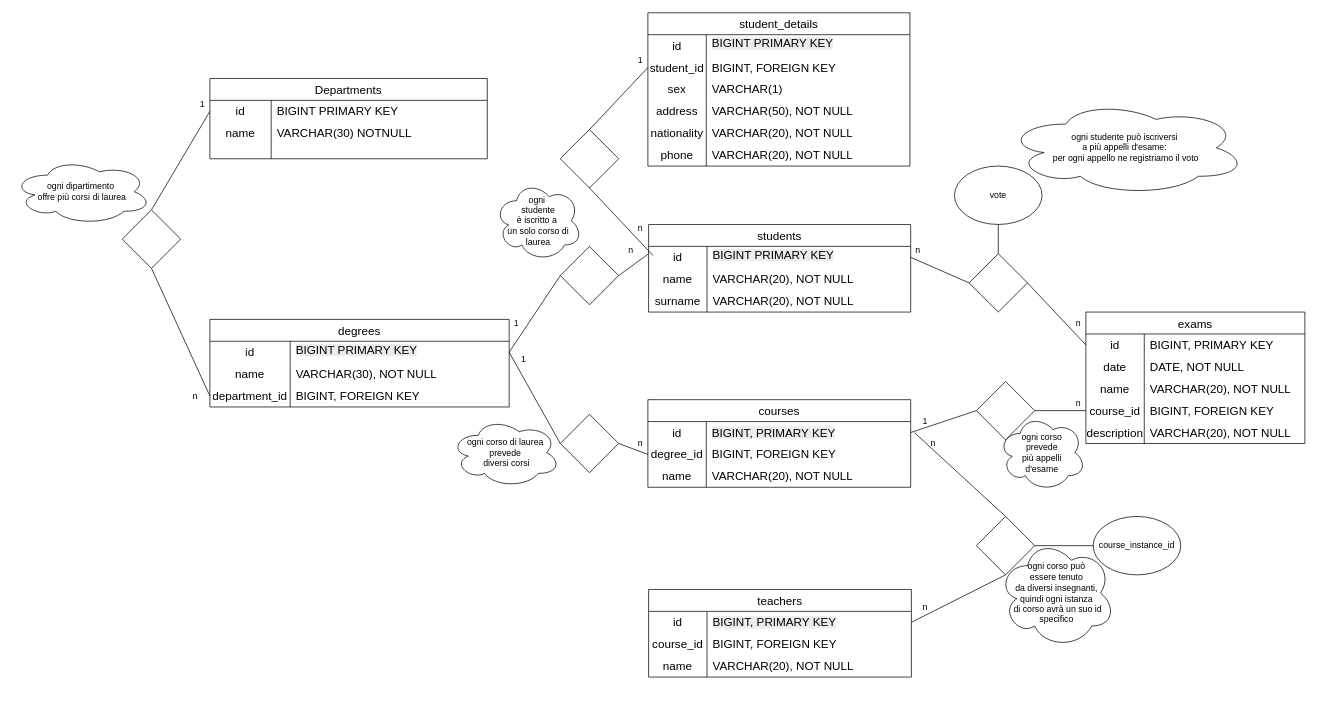
The draw.io diagram Diagramma senza titolo.drawio in DamianoMura/db-university, before the edit. Source tidied: cells renumbered, new cells numbered last; positions are measured from the earlier drawing's top-left corner, leaving out a move shared by most shapes. Both pictures are drawn from the tidied source at 73%, with x=0, y=0 at pixel (12, 12).
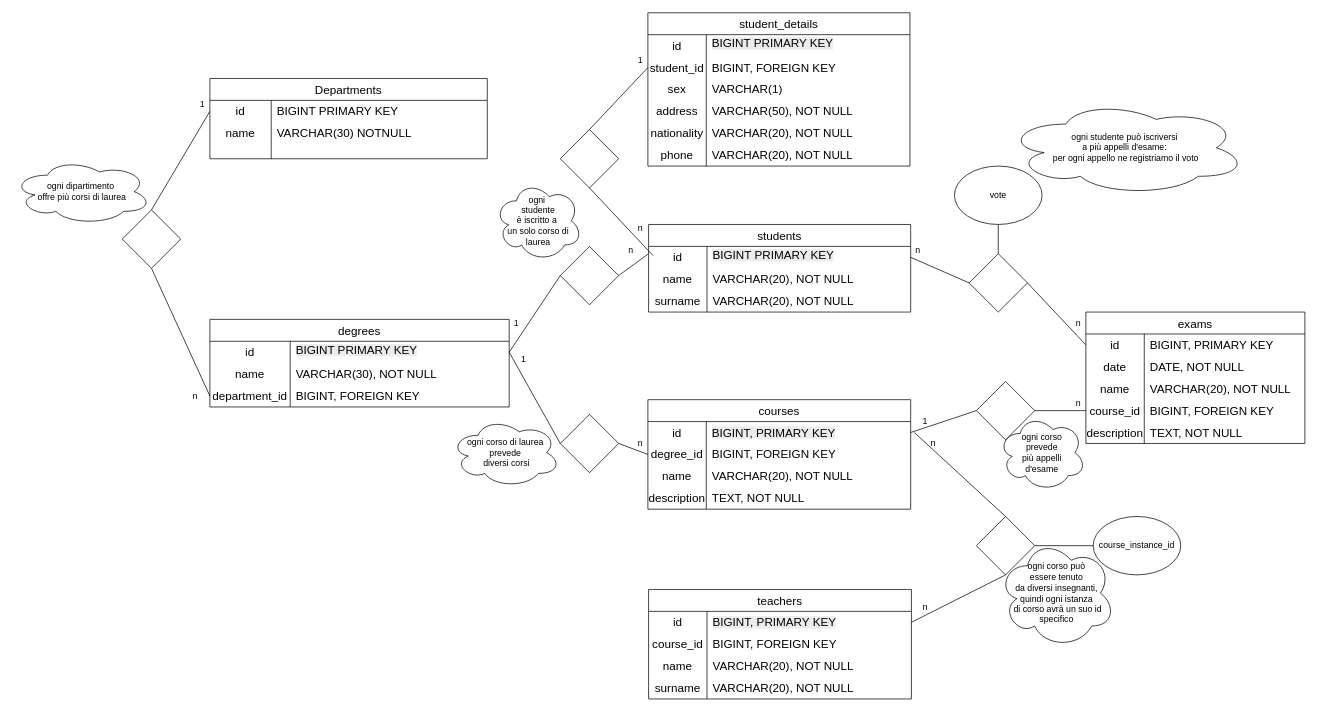
The same diagram, later.

Commit message:
[upd] added few more entries

Unchanged cells that the change refers to:
```xml
<mxCell id="78" style="shape=tableRow;horizontal=0;startSize=0;swimlaneHead=0;swimlaneBody=0;top=0;left=0;bottom=0;right=0;fillColor=none;strokeColor=inherit;fontSize=16;" parent="65" vertex="1">
  <mxGeometry y="150" width="300" height="30" as="geometry" />
</mxCell>
```

Change to the diagram source:
```diff
@@
     <mxCell id="26" value="courses" style="shape=table;startSize=30;childLayout=tableLayout;rowLines=0;fontStyle=0;strokeColor=default;fontSize=16;" parent="1" vertex="1">
-      <mxGeometry x="870" y="530" width="360" height="120" as="geometry" />
+      <mxGeometry x="870" y="530" width="360" height="150" as="geometry" />
     </mxCell>
@@
+    <mxCell id="133" style="shape=tableRow;horizontal=0;startSize=0;swimlaneHead=0;swimlaneBody=0;top=0;left=0;bottom=0;right=0;fillColor=none;strokeColor=inherit;fontSize=16;" parent="26" vertex="1">
+      <mxGeometry y="120" width="360" height="30" as="geometry" />
+    </mxCell>
+    <mxCell id="134" value="description" style="shape=partialRectangle;html=1;whiteSpace=wrap;fillColor=none;top=0;left=0;bottom=0;right=0;overflow=hidden;strokeColor=inherit;fontSize=16;" parent="133" vertex="1">
+      <mxGeometry width="80" height="30" as="geometry" />
+    </mxCell>
+    <mxCell id="135" value="TEXT, NOT NULL" style="shape=partialRectangle;html=1;whiteSpace=wrap;fillColor=none;top=0;left=0;bottom=0;right=0;align=left;spacingLeft=6;overflow=hidden;strokeColor=inherit;fontSize=16;" parent="133" vertex="1">
+      <mxGeometry x="80" width="280" height="30" as="geometry" />
+    </mxCell>
@@
-    <mxCell id="80" value="VARCHAR(20), NOT NULL" style="shape=partialRectangle;html=1;whiteSpace=wrap;fillColor=none;top=0;left=0;bottom=0;right=0;align=left;spacingLeft=6;overflow=hidden;strokeColor=inherit;fontSize=16;" parent="78" vertex="1">
+    <mxCell id="80" value="TEXT, NOT NULL" style="shape=partialRectangle;html=1;whiteSpace=wrap;fillColor=none;top=0;left=0;bottom=0;right=0;align=left;spacingLeft=6;overflow=hidden;strokeColor=inherit;fontSize=16;" parent="78" vertex="1">
       <mxGeometry x="80" width="220" height="30" as="geometry" />
     </mxCell>
@@
     <mxCell id="90" value="teachers" style="shape=table;startSize=30;childLayout=tableLayout;rowLines=0;fontStyle=0;strokeColor=default;fontSize=16;" parent="1" vertex="1">
-      <mxGeometry x="871" y="790" width="360" height="120" as="geometry" />
+      <mxGeometry x="871" y="790" width="360" height="150" as="geometry" />
     </mxCell>
@@
+    <mxCell id="136" style="shape=tableRow;horizontal=0;startSize=0;swimlaneHead=0;swimlaneBody=0;top=0;left=0;bottom=0;right=0;fillColor=none;strokeColor=inherit;fontSize=16;" parent="90" vertex="1">
+      <mxGeometry y="120" width="360" height="30" as="geometry" />
+    </mxCell>
+    <mxCell id="137" value="surname" style="shape=partialRectangle;html=1;whiteSpace=wrap;fillColor=none;top=0;left=0;bottom=0;right=0;overflow=hidden;strokeColor=inherit;fontSize=16;" parent="136" vertex="1">
+      <mxGeometry width="80" height="30" as="geometry" />
+    </mxCell>
+    <mxCell id="138" value="VARCHAR(20), NOT NULL" style="shape=partialRectangle;html=1;whiteSpace=wrap;fillColor=none;top=0;left=0;bottom=0;right=0;align=left;spacingLeft=6;overflow=hidden;strokeColor=inherit;fontSize=16;" parent="136" vertex="1">
+      <mxGeometry x="80" width="280" height="30" as="geometry" />
+    </mxCell>
```
